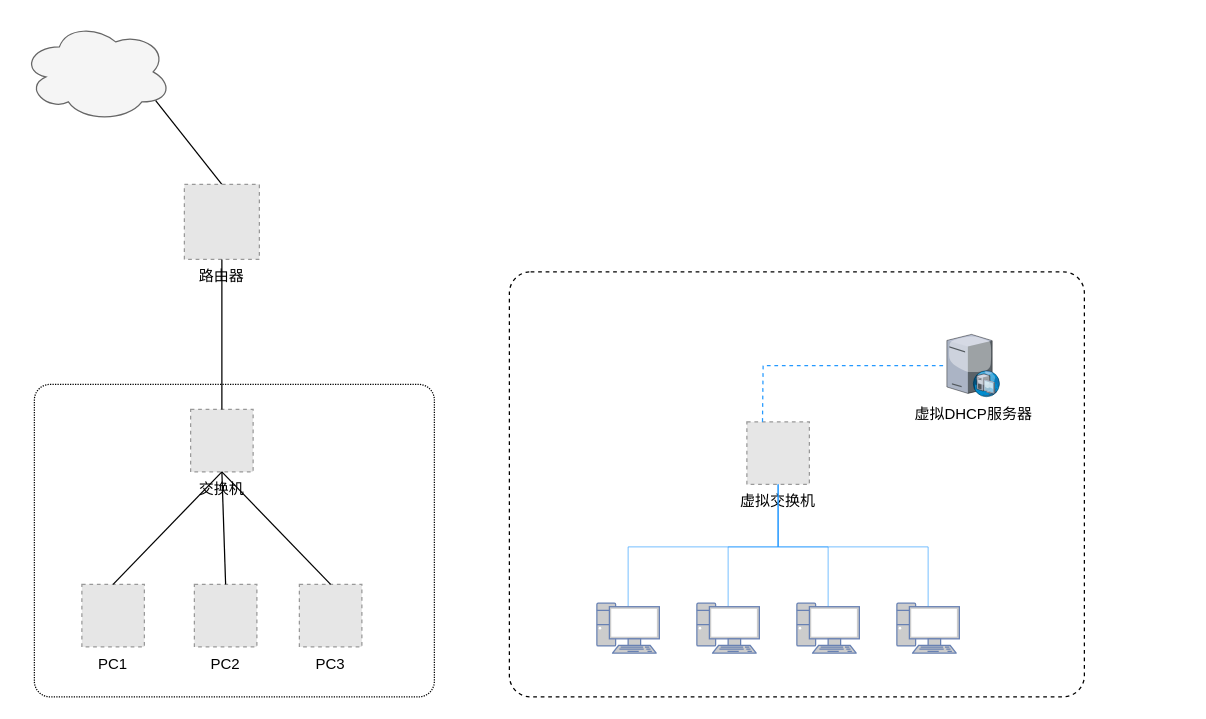
hezhuma/image-repo keeps this draw.io diagram as drawio/虚拟机网络原理—仅主机模式.drawio. Above is the earlier version. Source tidied: cells renumbered, new cells numbered last; positions are measured from the earlier drawing's top-left corner, leaving out a move shared by most shapes. Both pictures are drawn from the tidied source at 125%, with x=0, y=0 at pixel (21, 21). Pictures stored in the file or linked from it are replaced by grey dashed boxes.
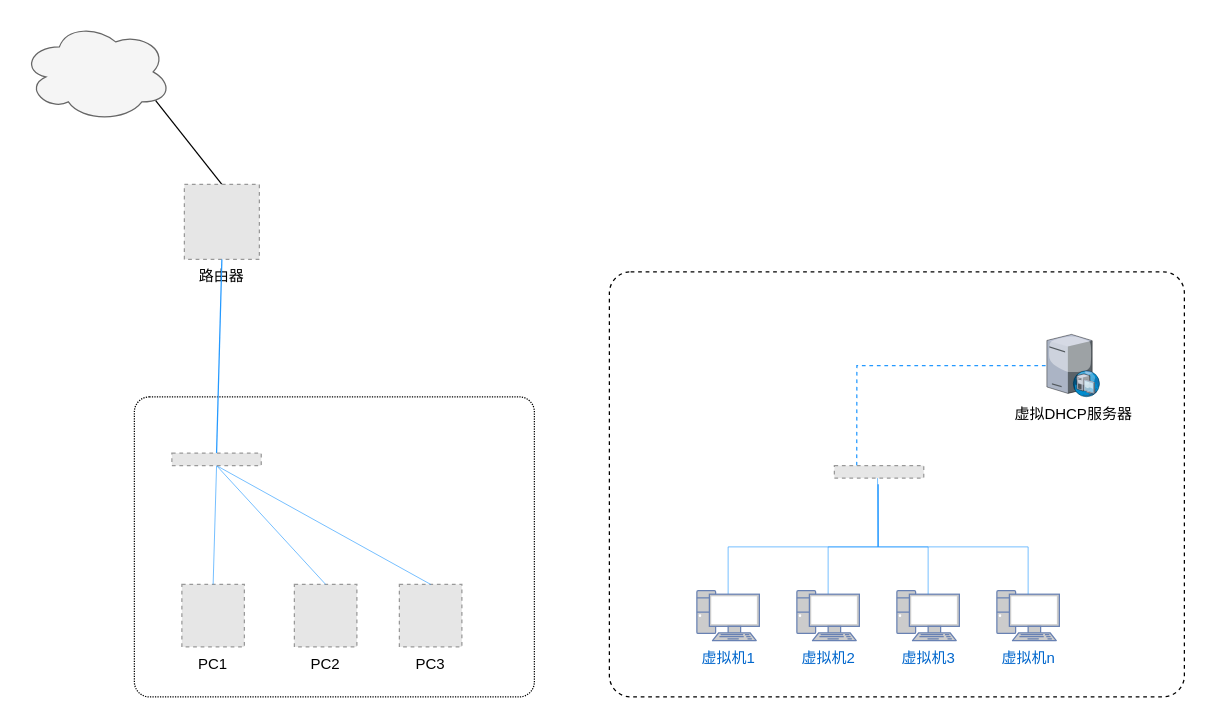
The same page after the edit.

Commit message (it also covers changes not shown here):
Update 虚拟机网络原理—仅主机模式.drawio

The change refers to these unchanged cells:
```xml
<mxCell id="7" value="路由器" style="fillColor=#E6E6E6;strokeColor=#999999;dashed=1;verticalLabelPosition=bottom;labelBackgroundColor=default;verticalAlign=top;" parent="1" vertex="1">
  <mxGeometry x="130" y="130" width="60" height="60" as="geometry" />
</mxCell>
```

Diff of the diagram source:
```diff
@@
     <mxCell id="3" style="rounded=1;whiteSpace=wrap;html=1;arcSize=5;strokeWidth=1;dashed=1;dashPattern=1 1;" parent="1" vertex="1">
-      <mxGeometry x="10" y="290" width="320" height="250" as="geometry" />
+      <mxGeometry x="90" y="300" width="320" height="240" as="geometry" />
     </mxCell>
@@
     <mxCell id="5" style="rounded=1;whiteSpace=wrap;html=1;arcSize=5;strokeWidth=1;dashed=1;" parent="1" vertex="1">
-      <mxGeometry x="390" y="200" width="460" height="340" as="geometry" />
+      <mxGeometry x="470" y="200" width="460" height="340" as="geometry" />
     </mxCell>
     <mxCell id="6" value="PC1" style="fillColor=#E6E6E6;strokeColor=#999999;dashed=1;verticalLabelPosition=bottom;labelBackgroundColor=default;verticalAlign=top;" parent="1" vertex="1">
-      <mxGeometry x="48" y="450" width="50" height="50" as="geometry" />
+      <mxGeometry x="128" y="450" width="50" height="50" as="geometry" />
     </mxCell>
@@
     <mxCell id="8" value="PC2" style="fillColor=#E6E6E6;strokeColor=#999999;dashed=1;verticalLabelPosition=bottom;labelBackgroundColor=default;verticalAlign=top;" parent="1" vertex="1">
-      <mxGeometry x="138" y="450" width="50" height="50" as="geometry" />
+      <mxGeometry x="218" y="450" width="50" height="50" as="geometry" />
     </mxCell>
     <mxCell id="9" value="PC3" style="fillColor=#E6E6E6;strokeColor=#999999;dashed=1;verticalLabelPosition=bottom;labelBackgroundColor=default;verticalAlign=top;" parent="1" vertex="1">
-      <mxGeometry x="222" y="450" width="50" height="50" as="geometry" />
+      <mxGeometry x="302" y="450" width="50" height="50" as="geometry" />
     </mxCell>
-    <mxCell id="10" value="交换机" style="fillColor=#E6E6E6;strokeColor=#999999;dashed=1;verticalLabelPosition=bottom;labelBackgroundColor=default;verticalAlign=top;" parent="1" vertex="1">
-      <mxGeometry x="135" y="310" width="50" height="50" as="geometry" />
-    </mxCell>
-    <mxCell id="11" style="endArrow=none;html=1;rounded=0;entryX=0.5;entryY=1;entryDx=0;entryDy=0;exitX=0.5;exitY=0;exitDx=0;exitDy=0;" parent="1" edge="1" source="10" target="7">
+    <mxCell id="11" style="endArrow=none;html=1;rounded=0;entryX=0.5;entryY=1;entryDx=0;entryDy=0;exitX=0.5;exitY=0;exitDx=0;exitDy=0;strokeColor=#2499FF;" parent="1" edge="1" source="27" target="7">
       <mxGeometry relative="1" as="geometry" />
     </mxCell>
-    <mxCell id="12" style="endArrow=none;html=1;rounded=0;entryX=0.5;entryY=1;entryDx=0;entryDy=0;exitX=0.5;exitY=0;exitDx=0;exitDy=0;" parent="1" edge="1" source="6" target="10">
+    <mxCell id="12" style="endArrow=none;html=1;rounded=0;entryX=0.5;entryY=1;entryDx=0;entryDy=0;exitX=0.5;exitY=0;exitDx=0;exitDy=0;strokeColor=#2499FF;strokeWidth=0.5;" parent="1" edge="1" source="6" target="27">
       <mxGeometry relative="1" as="geometry" />
     </mxCell>
-    <mxCell id="13" style="endArrow=none;html=1;rounded=0;entryX=0.5;entryY=1;entryDx=0;entryDy=0;exitX=0.5;exitY=0;exitDx=0;exitDy=0;" parent="1" edge="1" source="8" target="10">
+    <mxCell id="13" style="endArrow=none;html=1;rounded=0;entryX=0.5;entryY=1;entryDx=0;entryDy=0;exitX=0.5;exitY=0;exitDx=0;exitDy=0;strokeColor=#2499FF;strokeWidth=0.5;" parent="1" edge="1" source="8" target="27">
       <mxGeometry relative="1" as="geometry" />
     </mxCell>
-    <mxCell id="14" style="endArrow=none;html=1;rounded=0;entryX=0.5;entryY=1;entryDx=0;entryDy=0;exitX=0.5;exitY=0;exitDx=0;exitDy=0;" parent="1" edge="1" source="9" target="10">
+    <mxCell id="14" style="endArrow=none;html=1;rounded=0;entryX=0.5;entryY=1;entryDx=0;entryDy=0;exitX=0.5;exitY=0;exitDx=0;exitDy=0;strokeColor=#2499FF;strokeWidth=0.5;" parent="1" edge="1" source="9" target="27">
       <mxGeometry relative="1" as="geometry" />
     </mxCell>
     <mxCell id="15" value="虚拟DHCP服务器" style="verticalLabelPosition=bottom;sketch=0;html=1;verticalAlign=top;strokeColor=none;align=center;outlineConnect=0;shape=mxgraph.citrix.dhcp_server;" parent="1" vertex="1">
-      <mxGeometry x="740" y="250" width="42.2" height="50" as="geometry" />
+      <mxGeometry x="820" y="250" width="42.2" height="50" as="geometry" />
     </mxCell>
-    <mxCell id="16" value="虚拟交换机" style="fillColor=#E6E6E6;strokeColor=#999999;dashed=1;verticalLabelPosition=bottom;labelBackgroundColor=default;verticalAlign=top;" parent="1" vertex="1">
-      <mxGeometry x="580" y="320" width="50" height="50" as="geometry" />
-    </mxCell>
-    <mxCell id="17" style="endArrow=none;html=1;rounded=0;exitX=0.5;exitY=0.07;exitDx=0;exitDy=0;exitPerimeter=0;strokeColor=#2499FF;strokeWidth=0.5;" parent="1" edge="1" source="18" target="16">
+    <mxCell id="17" style="endArrow=none;html=1;rounded=0;exitX=0.5;exitY=0.07;exitDx=0;exitDy=0;exitPerimeter=0;strokeColor=#2499FF;strokeWidth=0.5;" parent="1" edge="1" source="18">
       <mxGeometry relative="1" as="geometry">
+        <mxPoint x="685" y="370" as="targetPoint" />
         <Array as="points">
-          <mxPoint x="485" y="420" />
-          <mxPoint x="605" y="420" />
+          <mxPoint x="565" y="420" />
+          <mxPoint x="685" y="420" />
         </Array>
       </mxGeometry>
     </mxCell>
-    <mxCell id="18" style="fontColor=#0066CC;verticalAlign=top;verticalLabelPosition=bottom;labelPosition=center;align=center;html=1;outlineConnect=0;fillColor=#CCCCCC;strokeColor=#6881B3;gradientColor=none;gradientDirection=north;strokeWidth=2;shape=mxgraph.networks.pc;" parent="1" vertex="1">
-      <mxGeometry x="460" y="465" width="50" height="40" as="geometry" />
+    <mxCell id="18" value="虚拟机1" style="fontColor=#0066CC;verticalAlign=top;verticalLabelPosition=bottom;labelPosition=center;align=center;html=1;outlineConnect=0;fillColor=#CCCCCC;strokeColor=#6881B3;gradientColor=none;gradientDirection=north;strokeWidth=2;shape=mxgraph.networks.pc;" parent="1" vertex="1">
+      <mxGeometry x="540" y="455" width="50" height="40" as="geometry" />
     </mxCell>
-    <mxCell id="19" style="endArrow=none;html=1;rounded=0;strokeColor=#2499FF;entryX=0.5;entryY=1;entryDx=0;entryDy=0;exitX=0.5;exitY=0.07;exitDx=0;exitDy=0;exitPerimeter=0;strokeWidth=0.5;" parent="1" edge="1" source="20" target="16">
+    <mxCell id="19" style="endArrow=none;html=1;rounded=0;strokeColor=#2499FF;entryX=0.5;entryY=1;entryDx=0;entryDy=0;exitX=0.5;exitY=0.07;exitDx=0;exitDy=0;exitPerimeter=0;strokeWidth=0.5;" parent="1" edge="1" source="20">
       <mxGeometry relative="1" as="geometry">
+        <mxPoint x="685" y="370" as="targetPoint" />
         <Array as="points">
-          <mxPoint x="565" y="420" />
-          <mxPoint x="605" y="420" />
+          <mxPoint x="645" y="420" />
+          <mxPoint x="685" y="420" />
         </Array>
       </mxGeometry>
     </mxCell>
-    <mxCell id="20" style="fontColor=#0066CC;verticalAlign=top;verticalLabelPosition=bottom;labelPosition=center;align=center;html=1;outlineConnect=0;fillColor=#CCCCCC;strokeColor=#6881B3;gradientColor=none;gradientDirection=north;strokeWidth=2;shape=mxgraph.networks.pc;" parent="1" vertex="1">
-      <mxGeometry x="540" y="465" width="50" height="40" as="geometry" />
+    <mxCell id="20" value="虚拟机2" style="fontColor=#0066CC;verticalAlign=top;verticalLabelPosition=bottom;labelPosition=center;align=center;html=1;outlineConnect=0;fillColor=#CCCCCC;strokeColor=#6881B3;gradientColor=none;gradientDirection=north;strokeWidth=2;shape=mxgraph.networks.pc;" parent="1" vertex="1">
+      <mxGeometry x="620" y="455" width="50" height="40" as="geometry" />
     </mxCell>
-    <mxCell id="21" style="fontColor=#0066CC;verticalAlign=top;verticalLabelPosition=bottom;labelPosition=center;align=center;html=1;outlineConnect=0;fillColor=#CCCCCC;strokeColor=#6881B3;gradientColor=none;gradientDirection=north;strokeWidth=2;shape=mxgraph.networks.pc;" parent="1" vertex="1">
-      <mxGeometry x="620" y="465" width="50" height="40" as="geometry" />
+    <mxCell id="21" value="虚拟机3" style="fontColor=#0066CC;verticalAlign=top;verticalLabelPosition=bottom;labelPosition=center;align=center;html=1;outlineConnect=0;fillColor=#CCCCCC;strokeColor=#6881B3;gradientColor=none;gradientDirection=north;strokeWidth=2;shape=mxgraph.networks.pc;" parent="1" vertex="1">
+      <mxGeometry x="700" y="455" width="50" height="40" as="geometry" />
     </mxCell>
-    <mxCell id="22" style="fontColor=#0066CC;verticalAlign=top;verticalLabelPosition=bottom;labelPosition=center;align=center;html=1;outlineConnect=0;fillColor=#CCCCCC;strokeColor=#6881B3;gradientColor=none;gradientDirection=north;strokeWidth=2;shape=mxgraph.networks.pc;" parent="1" vertex="1">
-      <mxGeometry x="700" y="465" width="50" height="40" as="geometry" />
+    <mxCell id="22" value="虚拟机n" style="fontColor=#0066CC;verticalAlign=top;verticalLabelPosition=bottom;labelPosition=center;align=center;html=1;outlineConnect=0;fillColor=#CCCCCC;strokeColor=#6881B3;gradientColor=none;gradientDirection=north;strokeWidth=2;shape=mxgraph.networks.pc;" parent="1" vertex="1">
+      <mxGeometry x="780" y="455" width="50" height="40" as="geometry" />
     </mxCell>
-    <mxCell id="23" style="endArrow=none;html=1;rounded=0;strokeColor=#2499FF;entryX=0.5;entryY=1;entryDx=0;entryDy=0;exitX=0.5;exitY=0.07;exitDx=0;exitDy=0;exitPerimeter=0;strokeWidth=0.5;" parent="1" edge="1" source="21" target="16">
+    <mxCell id="23" style="endArrow=none;html=1;rounded=0;strokeColor=#2499FF;entryX=0.5;entryY=1;entryDx=0;entryDy=0;exitX=0.5;exitY=0.07;exitDx=0;exitDy=0;exitPerimeter=0;strokeWidth=0.5;" parent="1" edge="1" source="21">
       <mxGeometry relative="1" as="geometry">
+        <mxPoint x="685" y="370" as="targetPoint" />
         <Array as="points">
-          <mxPoint x="645" y="420" />
-          <mxPoint x="605" y="420" />
+          <mxPoint x="725" y="420" />
+          <mxPoint x="685" y="420" />
         </Array>
       </mxGeometry>
     </mxCell>
-    <mxCell id="24" style="endArrow=none;html=1;rounded=0;strokeColor=#2499FF;entryX=0.5;entryY=1;entryDx=0;entryDy=0;exitX=0.5;exitY=0.07;exitDx=0;exitDy=0;exitPerimeter=0;strokeWidth=0.5;" parent="1" edge="1" source="22" target="16">
+    <mxCell id="24" style="endArrow=none;html=1;rounded=0;strokeColor=#2499FF;entryX=0.483;entryY=0.851;entryDx=0;entryDy=0;exitX=0.5;exitY=0.07;exitDx=0;exitDy=0;exitPerimeter=0;strokeWidth=0.5;entryPerimeter=0;" parent="1" edge="1" source="22" target="26">
       <mxGeometry relative="1" as="geometry">
         <Array as="points">
-          <mxPoint x="725" y="420" />
-          <mxPoint x="605" y="420" />
+          <mxPoint x="805" y="420" />
+          <mxPoint x="685" y="420" />
         </Array>
       </mxGeometry>
     </mxCell>
-    <mxCell id="25" style="endArrow=none;html=1;rounded=0;strokeColor=#2499FF;strokeWidth=1;exitX=0.25;exitY=0;exitDx=0;exitDy=0;dashed=1;" parent="1" edge="1" source="16" target="15">
+    <mxCell id="25" style="endArrow=none;html=1;rounded=0;strokeColor=#2499FF;strokeWidth=1;exitX=0.25;exitY=0;exitDx=0;exitDy=0;dashed=1;" parent="1" edge="1" source="26" target="15">
       <mxGeometry relative="1" as="geometry">
         <Array as="points">
-          <mxPoint x="593" y="275" />
+          <mxPoint x="668" y="275" />
         </Array>
       </mxGeometry>
     </mxCell>
+    <mxCell id="26" style="fillColor=#E6E6E6;strokeColor=#999999;dashed=1;verticalLabelPosition=bottom;labelBackgroundColor=default;verticalAlign=top;" parent="1" vertex="1">
+      <mxGeometry x="650" y="355" width="71.5" height="10" as="geometry" />
+    </mxCell>
+    <mxCell id="27" style="fillColor=#E6E6E6;strokeColor=#999999;dashed=1;verticalLabelPosition=bottom;labelBackgroundColor=default;verticalAlign=top;" parent="1" vertex="1">
+      <mxGeometry x="120" y="345" width="71.5" height="10" as="geometry" />
+    </mxCell>
```
